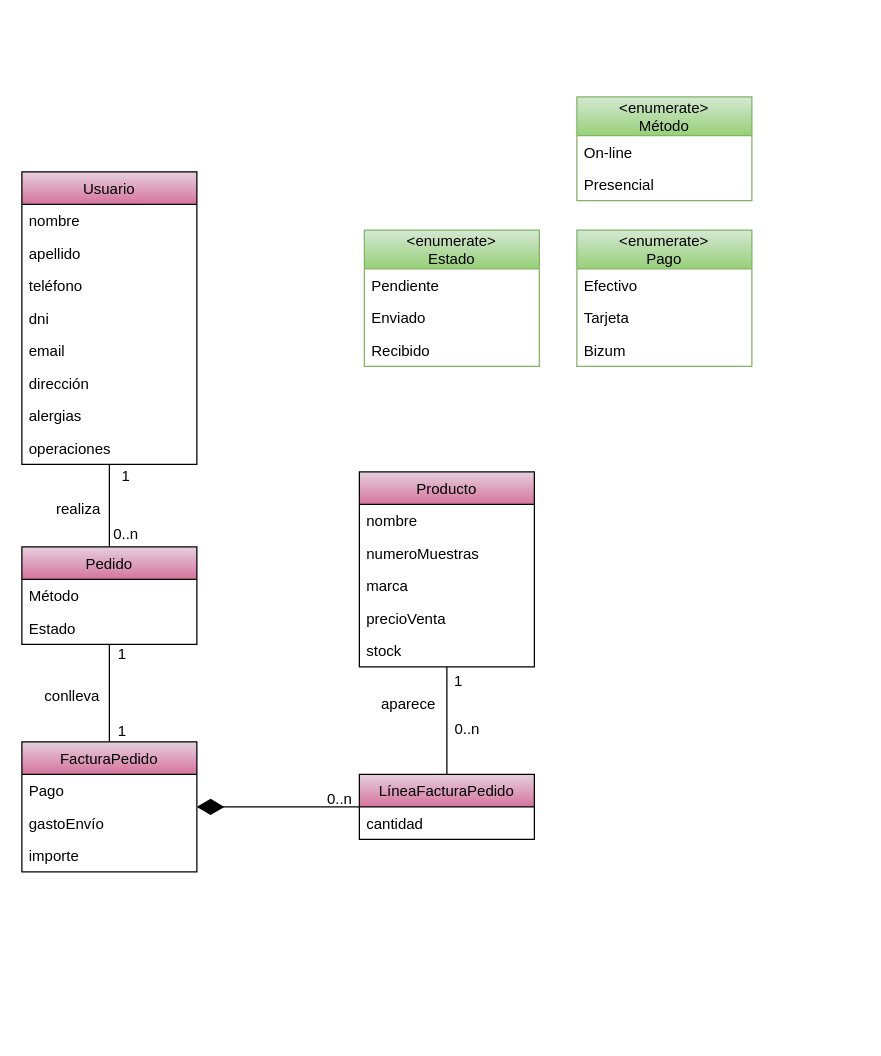
Before: page "Venta" (3 of 4) of Recursos/Diagrama UML IR.drawio in Jesusjbs/clinicaDental-ir, a draw.io diagram. Source tidied: cells renumbered, new cells numbered last; positions are measured from the earlier drawing's top-left corner, leaving out a move shared by most shapes. Both pictures are drawn from the tidied source at 125%, with x=0, y=0 at pixel (21, 96).
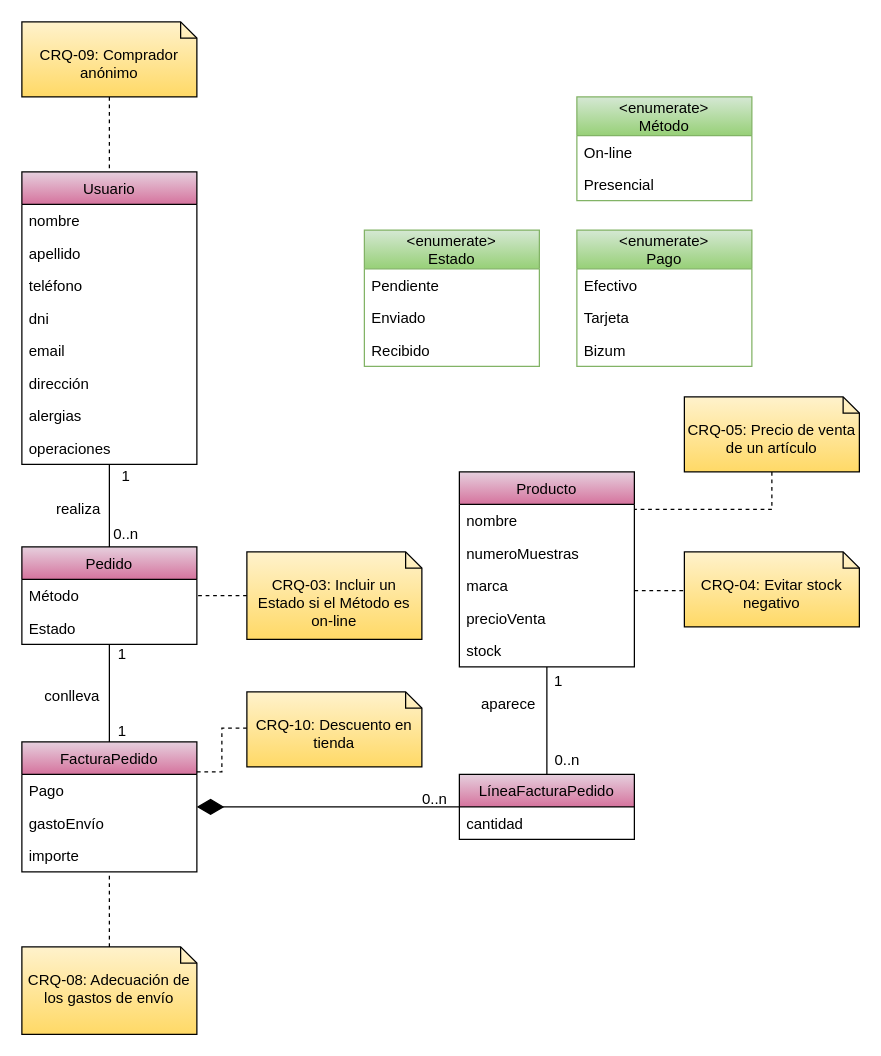
Above is the later version.

Unchanged cells that the change refers to:
```xml
<mxCell id="9" value="Pedido" style="swimlane;fontStyle=0;horizontal=1;startSize=26;fillColor=#E6D0DE;gradientColor=#D5739D;" parent="1" vertex="1">
  <mxGeometry y="360" width="140" height="78" as="geometry" />
</mxCell>
<mxCell id="26" value="FacturaPedido" style="swimlane;fontStyle=0;horizontal=1;startSize=26;fillColor=#E6D0DE;gradientColor=#D5739D;" parent="1" vertex="1">
  <mxGeometry y="516" width="140" height="104" as="geometry" />
</mxCell>
<mxCell id="30" value="Usuario" style="swimlane;fontStyle=0;horizontal=1;startSize=26;fillColor=#E6D0DE;gradientColor=#D5739D;" parent="1" vertex="1">
  <mxGeometry y="60" width="140" height="234" as="geometry" />
</mxCell>
```

Diff of the diagram source:
```diff
@@
+    <mxCell id="51" style="edgeStyle=orthogonalEdgeStyle;rounded=0;jumpSize=3;jettySize=auto;html=1;dashed=1;startSize=6;endArrow=none;endFill=0;endSize=6;strokeColor=#000000;strokeWidth=1;" parent="1" edge="1" source="12" target="54">
+      <mxGeometry relative="1" as="geometry">
+        <Array as="points">
+          <mxPoint x="510" y="395" />
+          <mxPoint x="510" y="395" />
+        </Array>
+      </mxGeometry>
+    </mxCell>
     <mxCell id="12" value="Producto" style="swimlane;fontStyle=0;horizontal=1;startSize=26;fillColor=#E6D0DE;gradientColor=#D5739D;" parent="1" vertex="1">
-      <mxGeometry x="270" y="300" width="140" height="156" as="geometry" />
+      <mxGeometry x="350" y="300" width="140" height="156" as="geometry" />
     </mxCell>
@@
     <mxCell id="39" value="0..n" style="text;html=1;align=center;verticalAlign=middle;" parent="1" vertex="1">
-      <mxGeometry x="234" y="552" width="40" height="20" as="geometry" />
+      <mxGeometry x="310" y="552" width="40" height="20" as="geometry" />
     </mxCell>
@@
     <mxCell id="46" value="1" style="text;html=1;align=center;verticalAlign=middle;" parent="1" vertex="1">
-      <mxGeometry x="339" y="458" width="20" height="20" as="geometry" />
+      <mxGeometry x="419" y="458" width="20" height="20" as="geometry" />
     </mxCell>
     <mxCell id="47" value="0..n" style="text;html=1;align=center;verticalAlign=middle;" parent="1" vertex="1">
-      <mxGeometry x="336" y="496" width="40" height="20" as="geometry" />
+      <mxGeometry x="416" y="521" width="40" height="20" as="geometry" />
     </mxCell>
     <mxCell id="48" value="aparece" style="text;html=1;align=center;verticalAlign=middle;" parent="1" vertex="1">
-      <mxGeometry x="279" y="476" width="60" height="20" as="geometry" />
+      <mxGeometry x="359" y="476" width="60" height="20" as="geometry" />
     </mxCell>
     <mxCell id="49" value="LíneaFacturaPedido" style="swimlane;fontStyle=0;horizontal=1;startSize=26;fillColor=#E6D0DE;gradientColor=#D5739D;" parent="1" vertex="1">
-      <mxGeometry x="270" y="542" width="140" height="52" as="geometry" />
+      <mxGeometry x="350" y="542" width="140" height="52" as="geometry" />
     </mxCell>
@@
+    <mxCell id="52" style="edgeStyle=orthogonalEdgeStyle;rounded=0;jumpSize=3;jettySize=auto;html=1;dashed=1;startSize=6;endArrow=none;endFill=0;endSize=6;strokeColor=#000000;strokeWidth=1;" parent="1" edge="1" source="53" target="9">
+      <mxGeometry relative="1" as="geometry" />
+    </mxCell>
+    <mxCell id="53" value="CRQ-03:&amp;nbsp;Incluir un Estado si el Método es on-line" style="shape=note2;boundedLbl=1;whiteSpace=wrap;html=1;size=13;verticalAlign=top;align=center;fillColor=#fff2cc;gradientColor=#ffd966;" parent="1" vertex="1">
+      <mxGeometry x="180" y="364" width="140" height="70" as="geometry" />
+    </mxCell>
+    <mxCell id="54" value="CRQ-04:&amp;nbsp;Evitar stock negativo" style="shape=note2;boundedLbl=1;whiteSpace=wrap;html=1;size=13;verticalAlign=top;align=center;fillColor=#fff2cc;gradientColor=#ffd966;" parent="1" vertex="1">
+      <mxGeometry x="530" y="364" width="140" height="60" as="geometry" />
+    </mxCell>
+    <mxCell id="55" style="edgeStyle=orthogonalEdgeStyle;rounded=0;jumpSize=3;jettySize=auto;html=1;dashed=1;startSize=6;endArrow=none;endFill=0;endSize=6;strokeColor=#000000;strokeWidth=1;" parent="1" edge="1" source="56" target="12">
+      <mxGeometry relative="1" as="geometry">
+        <Array as="points">
+          <mxPoint x="600" y="330" />
+        </Array>
+      </mxGeometry>
+    </mxCell>
+    <mxCell id="56" value="CRQ-05: Precio de venta de un artículo" style="shape=note2;boundedLbl=1;whiteSpace=wrap;html=1;size=13;verticalAlign=top;align=center;fillColor=#fff2cc;gradientColor=#ffd966;" parent="1" vertex="1">
+      <mxGeometry x="530" y="240" width="140" height="60" as="geometry" />
+    </mxCell>
+    <mxCell id="57" style="edgeStyle=orthogonalEdgeStyle;rounded=0;jumpSize=3;jettySize=auto;html=1;dashed=1;startSize=6;endArrow=none;endFill=0;endSize=6;strokeColor=#000000;strokeWidth=1;" parent="1" edge="1" source="58" target="26">
+      <mxGeometry relative="1" as="geometry" />
+    </mxCell>
+    <mxCell id="58" value="CRQ-08: Adecuación de los gastos de envío" style="shape=note2;boundedLbl=1;whiteSpace=wrap;html=1;size=13;verticalAlign=top;align=center;fillColor=#fff2cc;gradientColor=#ffd966;" parent="1" vertex="1">
+      <mxGeometry y="680" width="140" height="70" as="geometry" />
+    </mxCell>
+    <mxCell id="59" style="edgeStyle=orthogonalEdgeStyle;rounded=0;jumpSize=3;jettySize=auto;html=1;entryX=0.5;entryY=0;entryDx=0;entryDy=0;dashed=1;startSize=6;endArrow=none;endFill=0;endSize=6;strokeColor=#000000;strokeWidth=1;" parent="1" edge="1" source="60" target="30">
+      <mxGeometry relative="1" as="geometry" />
+    </mxCell>
+    <mxCell id="60" value="CRQ-09:&amp;nbsp;Comprador anónimo" style="shape=note2;boundedLbl=1;whiteSpace=wrap;html=1;size=13;verticalAlign=top;align=center;fillColor=#fff2cc;gradientColor=#ffd966;" parent="1" vertex="1">
+      <mxGeometry y="-60" width="140" height="60" as="geometry" />
+    </mxCell>
+    <mxCell id="61" style="edgeStyle=orthogonalEdgeStyle;rounded=0;jumpSize=3;jettySize=auto;html=1;dashed=1;startSize=6;endArrow=none;endFill=0;endSize=6;strokeColor=#000000;strokeWidth=1;" parent="1" edge="1" source="62" target="26">
+      <mxGeometry relative="1" as="geometry">
+        <Array as="points">
+          <mxPoint x="160" y="505" />
+          <mxPoint x="160" y="540" />
+        </Array>
+      </mxGeometry>
+    </mxCell>
+    <mxCell id="62" value="CRQ-10: Descuento en tienda" style="shape=note2;boundedLbl=1;whiteSpace=wrap;html=1;size=13;verticalAlign=top;align=center;fillColor=#fff2cc;gradientColor=#ffd966;" parent="1" vertex="1">
+      <mxGeometry x="180" y="476" width="140" height="60" as="geometry" />
+    </mxCell>
```
